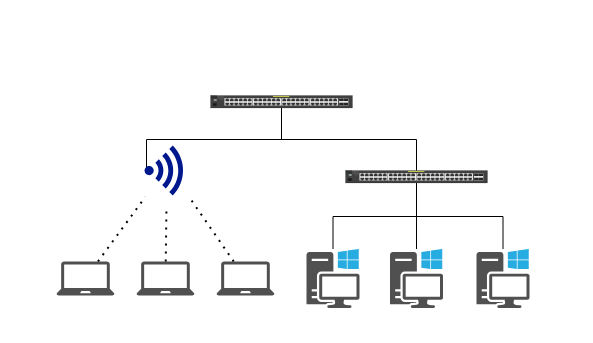
Earlier version of the draw.io diagram page "巴斯夫改造方案" (2 of 2) of bsf拓扑.drawio (lhongbei/lhongbei). Source tidied: cells renumbered, new cells numbered last; positions are measured from the earlier drawing's top-left corner, leaving out a move shared by most shapes. Both pictures are drawn from the tidied source at 100%, with x=0, y=0 at pixel (56, 95).
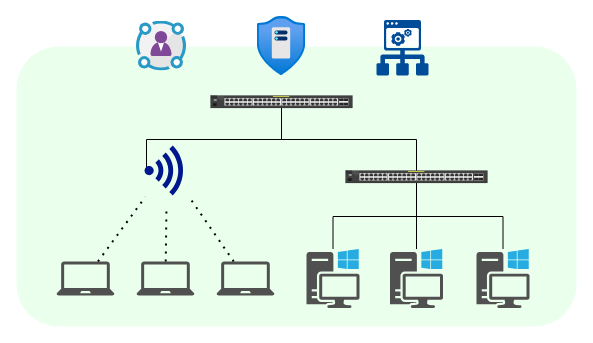
The same page after the edit.

Change to the diagram source:
```diff
@@
+    <mxCell id="19" style="rounded=1;whiteSpace=wrap;html=1;strokeColor=none;fillColor=#EBFFED;" parent="1" vertex="1">
+      <mxGeometry x="-40" y="-49" width="560" height="280" as="geometry" />
+    </mxCell>
@@
+    <mxCell id="20" style="sketch=0;html=1;align=center;image;fontSize=12;image=img/lib/mscae/Identity_Governance.svg;" parent="1" vertex="1">
+      <mxGeometry x="80" y="-74.5" width="50" height="50" as="geometry" />
+    </mxCell>
+    <mxCell id="21" style="html=1;align=center;image;fontSize=12;image=img/lib/azure2/networking/DDoS_Protection_Plans.svg;" parent="1" vertex="1">
+      <mxGeometry x="200.7" y="-79" width="48.6" height="59" as="geometry" />
+    </mxCell>
+    <mxCell id="22" style="verticalLabelPosition=bottom;sketch=0;html=1;fillColor=#004C99;strokeColor=#004C99;verticalAlign=top;align=center;shape=mxgraph.cisco_safe.technology_icons.icon8;" parent="1" vertex="1">
+      <mxGeometry x="320" y="-75.5" width="52" height="55.5" as="geometry" />
+    </mxCell>
```
